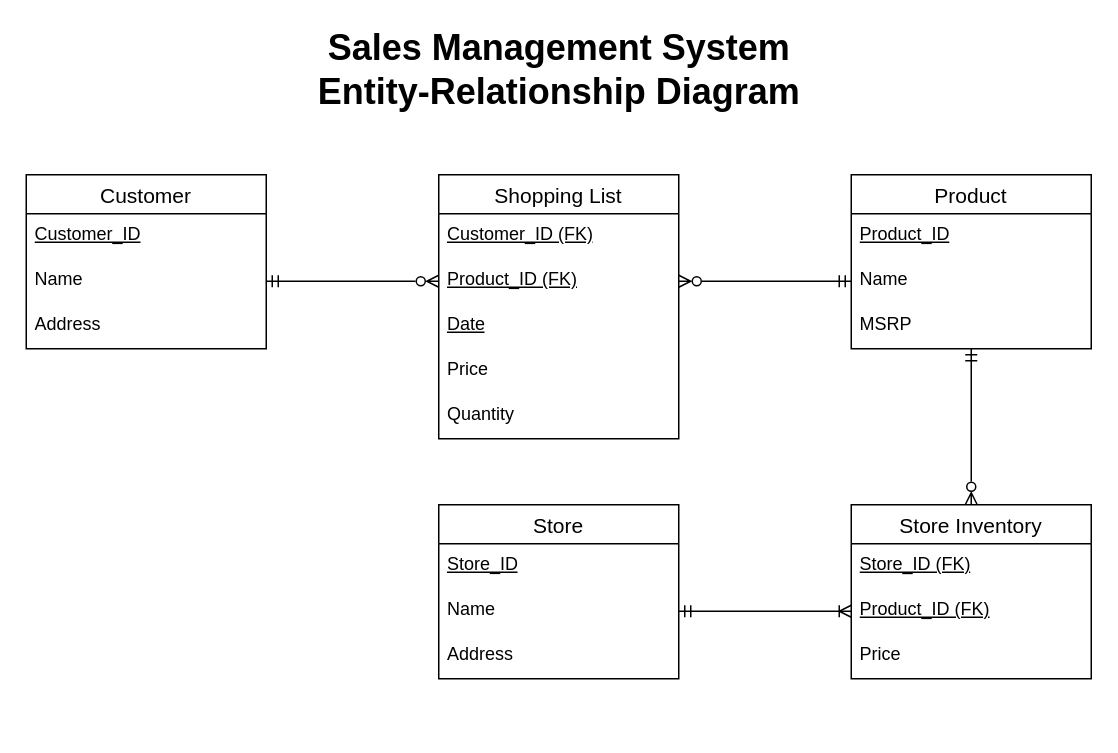
HLiew97/CIS-3060 keeps this draw.io diagram as Sales Management System ERD.drawio. Above is the earlier version. Source tidied: cells renumbered, new cells numbered last; positions are measured from the earlier drawing's top-left corner, leaving out a move shared by most shapes. Both pictures are drawn from the tidied source at 150%, with x=0, y=0 at pixel (26, 39).
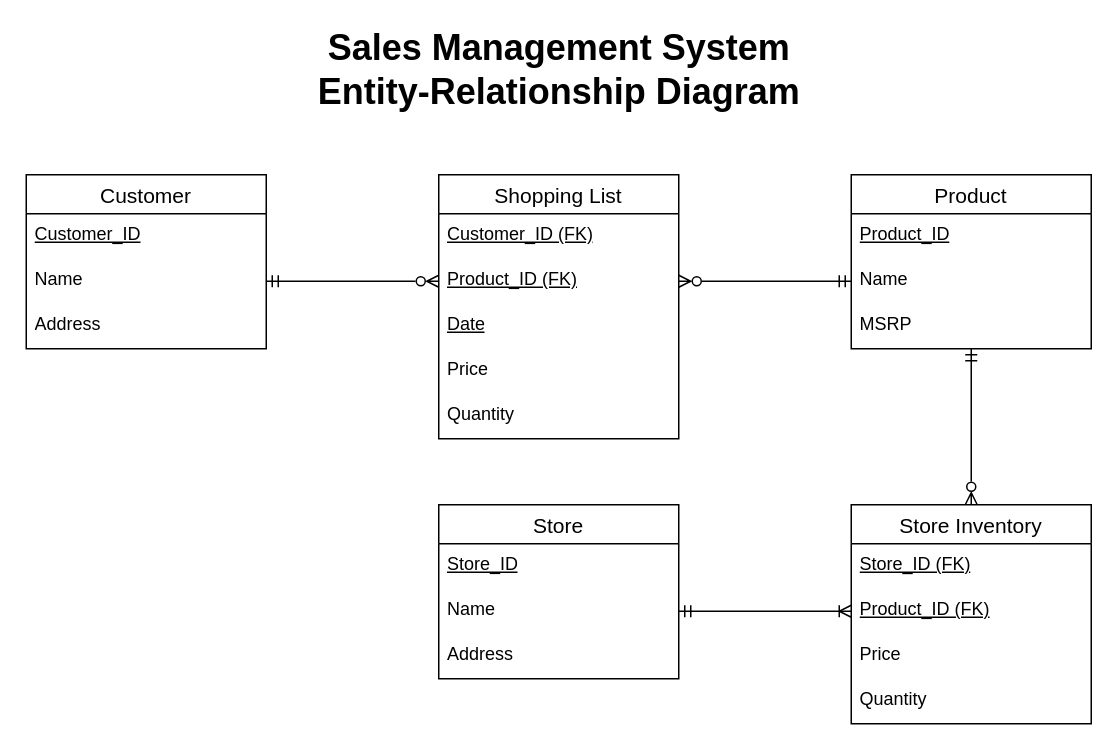
The same diagram, later.

Change to the diagram source:
```diff
@@
     <mxCell id="21" value="Store Inventory" style="swimlane;fontStyle=0;horizontal=1;startSize=26;align=center;fontSize=14;" parent="1" vertex="1">
-      <mxGeometry x="550" y="310" width="160" height="116" as="geometry" />
+      <mxGeometry x="550" y="310" width="160" height="146" as="geometry" />
     </mxCell>
@@
+    <mxCell id="29" value="Quantity" style="text;strokeColor=none;fillColor=none;spacingLeft=4;spacingRight=4;overflow=hidden;fontSize=12;whiteSpace=wrap;html=1;" parent="21" vertex="1">
+      <mxGeometry y="116" width="160" height="30" as="geometry" />
+    </mxCell>
```
